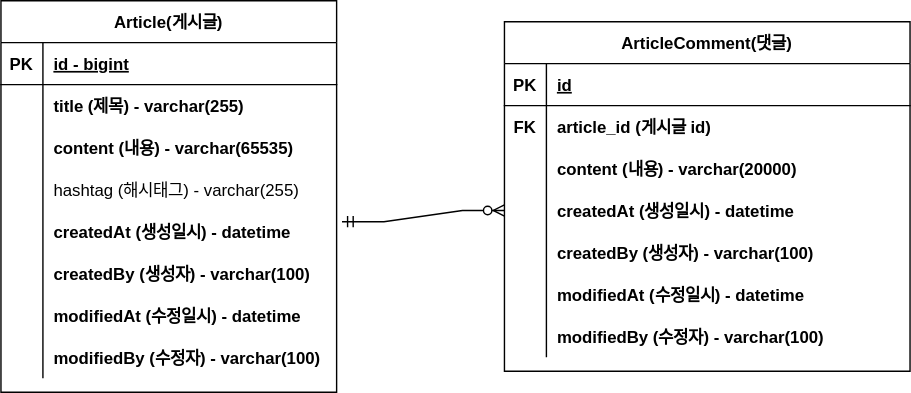
Before: document/project-board.svg, a diagram exported from draw.io (immediatelylee/PortFolio_Board). Source tidied: cells renumbered, new cells last; positions are measured from the earlier drawing's top-left corner, leaving out a move shared by most shapes.
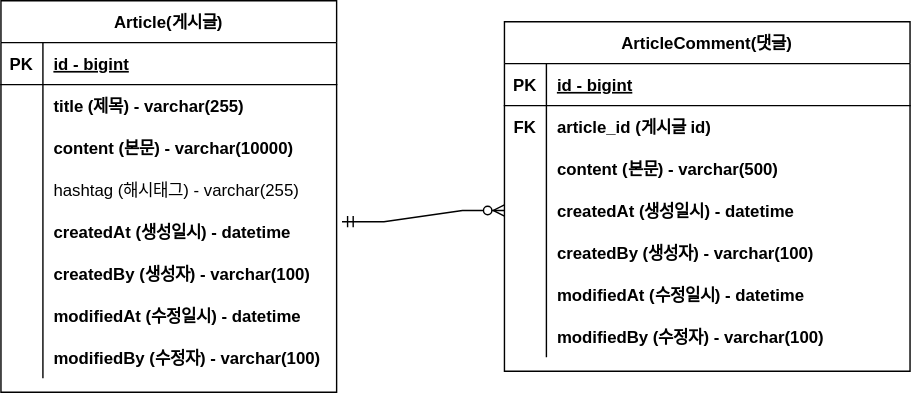
After the commit.

Commit message:
#11 - erd 업데이트: content,content사이즈 수정, 댓글pk  bigint누락 기입

Change to the diagram source:
```diff
@@ -29,7 +29,7 @@
     <mxCell id="10" style="shape=partialRectangle;fillColor=none;top=0;left=0;bottom=0;right=0;overflow=hidden;" parent="9" vertex="1">
       <mxGeometry width="30" height="30" as="geometry" />
     </mxCell>
-    <mxCell id="11" value="content (내용) - varchar(65535)" style="shape=partialRectangle;fillColor=none;top=0;left=0;bottom=0;right=0;align=left;spacingLeft=6;overflow=hidden;fontStyle=1;" parent="9" vertex="1">
+    <mxCell id="11" value="content (본문) - varchar(10000)" style="shape=partialRectangle;fillColor=none;top=0;left=0;bottom=0;right=0;align=left;spacingLeft=6;overflow=hidden;fontStyle=1;" parent="9" vertex="1">
       <mxGeometry x="30" width="210" height="30" as="geometry" />
     </mxCell>
     <mxCell id="12" style="shape=tableRow;horizontal=0;startSize=0;swimlaneHead=0;swimlaneBody=0;fillColor=none;top=0;left=0;right=0;bottom=0;" parent="2" vertex="1">
@@ -86,7 +86,7 @@
     <mxCell id="29" value="PK" style="shape=partialRectangle;fillColor=none;top=0;left=0;bottom=0;right=0;fontStyle=1;overflow=hidden;" parent="28" vertex="1">
       <mxGeometry width="30" height="30" as="geometry" />
     </mxCell>
-    <mxCell id="30" value="id" style="shape=partialRectangle;fillColor=none;top=0;left=0;bottom=0;right=0;align=left;spacingLeft=6;fontStyle=5;overflow=hidden;" parent="28" vertex="1">
+    <mxCell id="30" value="id - bigint" style="shape=partialRectangle;fillColor=none;top=0;left=0;bottom=0;right=0;align=left;spacingLeft=6;fontStyle=5;overflow=hidden;" parent="28" vertex="1">
       <mxGeometry x="30" width="260" height="30" as="geometry" />
     </mxCell>
     <mxCell id="31" style="shape=tableRow;horizontal=0;startSize=0;swimlaneHead=0;swimlaneBody=0;fillColor=none;top=0;left=0;right=0;bottom=0;" parent="27" vertex="1">
@@ -104,7 +104,7 @@
     <mxCell id="35" style="shape=partialRectangle;fillColor=none;top=0;left=0;bottom=0;right=0;overflow=hidden;" parent="34" vertex="1">
       <mxGeometry width="30" height="30" as="geometry" />
     </mxCell>
-    <mxCell id="36" value="content (내용) - varchar(20000)" style="shape=partialRectangle;fillColor=none;top=0;left=0;bottom=0;right=0;align=left;spacingLeft=6;overflow=hidden;fontStyle=1;" parent="34" vertex="1">
+    <mxCell id="36" value="content (본문) - varchar(500)" style="shape=partialRectangle;fillColor=none;top=0;left=0;bottom=0;right=0;align=left;spacingLeft=6;overflow=hidden;fontStyle=1;" parent="34" vertex="1">
       <mxGeometry x="30" width="260" height="30" as="geometry" />
     </mxCell>
     <mxCell id="37" style="shape=tableRow;horizontal=0;startSize=0;swimlaneHead=0;swimlaneBody=0;fillColor=none;points=[[0,0.5],[1,0.5]];portConstraint=eastwest;top=0;left=0;right=0;bottom=0;" parent="27" vertex="1">
```
